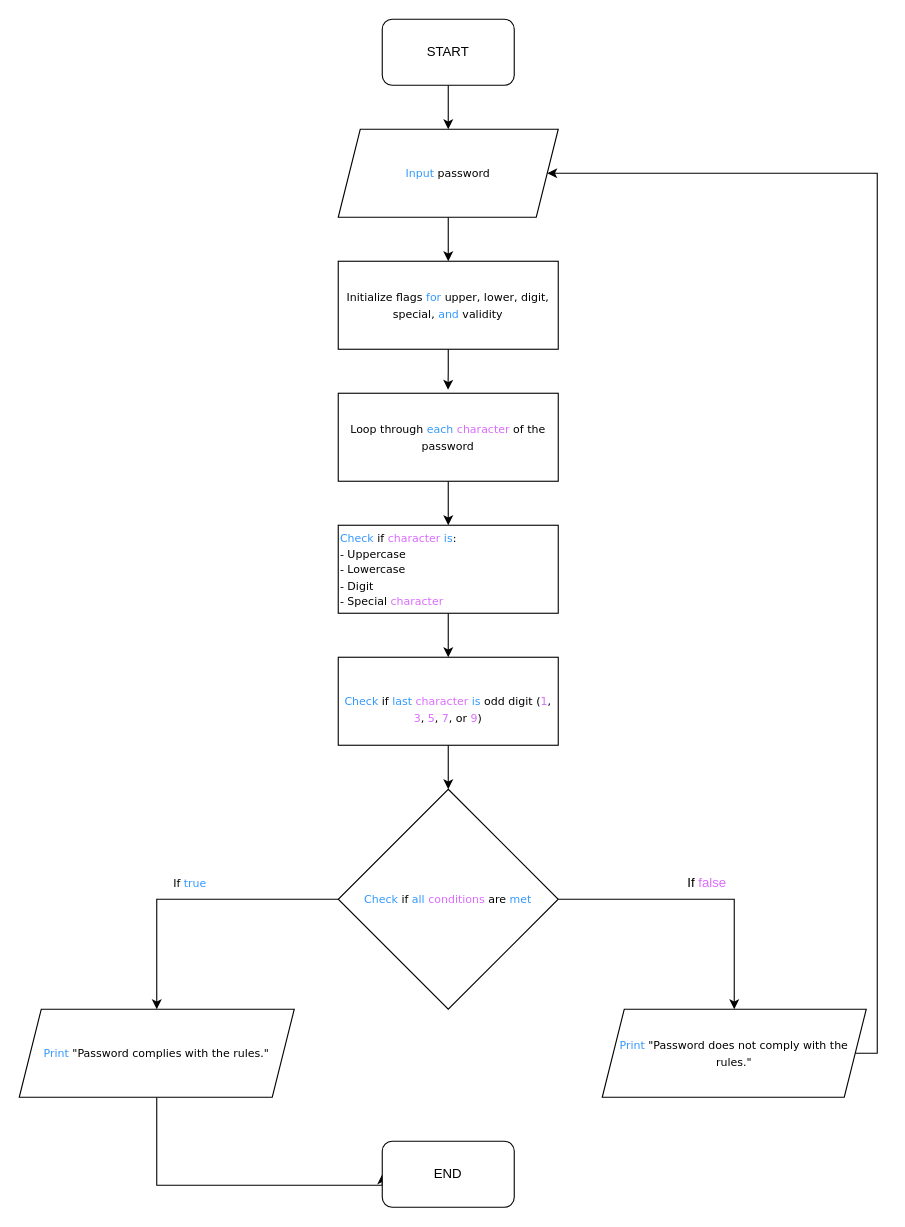
This is Untitled Diagram.drawio from HersRock/Flowcharts, a draw.io file, before an edit. Source tidied: cells renumbered, new cells numbered last; positions are measured from the earlier drawing's top-left corner, leaving out a move shared by most shapes. Both pictures are drawn from the tidied source at 110%, with x=0, y=0 at pixel (19, 19).
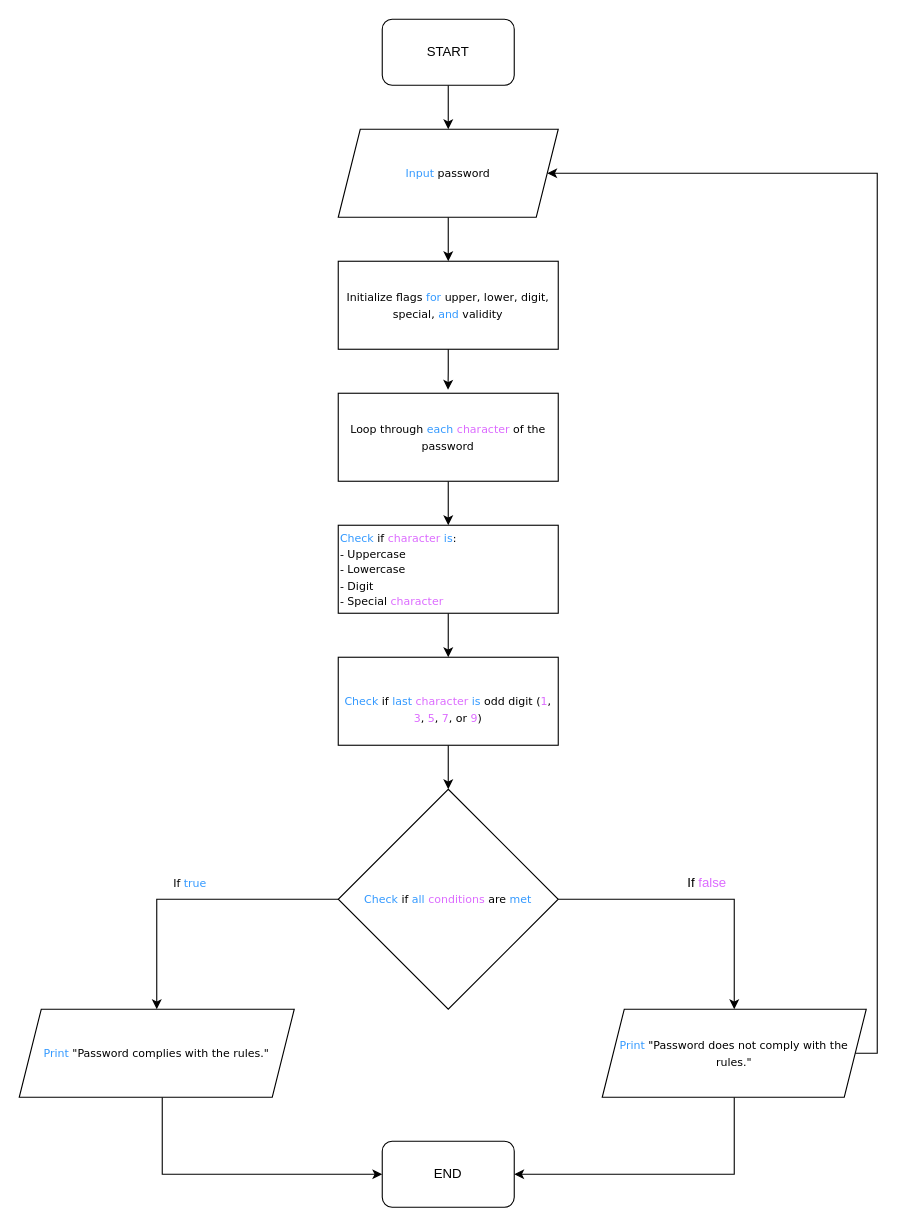
Above is the later version.

The change refers to these unchanged cells:
```xml
<mxCell id="18" value="&lt;font face=&quot;Verdana&quot; style=&quot;font-size: 10px;&quot;&gt;&lt;br&gt;&lt;font style=&quot;&quot; color=&quot;#3399ff&quot;&gt;Print &lt;/font&gt;&quot;Password complies with the rules.&quot;&lt;/font&gt;&lt;div&gt;&lt;br&gt;&lt;/div&gt;" style="shape=parallelogram;perimeter=parallelogramPerimeter;whiteSpace=wrap;html=1;fixedSize=1;" parent="1" vertex="1">
  <mxGeometry y="900" width="250" height="80" as="geometry" />
</mxCell>
<mxCell id="20" value="&lt;font face=&quot;Verdana&quot; style=&quot;font-size: 10px;&quot;&gt;&lt;font color=&quot;#3399ff&quot;&gt;Print &lt;/font&gt;&quot;Password does not comply with the rules.&quot;&lt;/font&gt;" style="shape=parallelogram;perimeter=parallelogramPerimeter;whiteSpace=wrap;html=1;fixedSize=1;" parent="1" vertex="1">
  <mxGeometry x="530" y="900" width="240" height="80" as="geometry" />
</mxCell>
<mxCell id="23" value="END" style="rounded=1;whiteSpace=wrap;html=1;" parent="1" vertex="1">
  <mxGeometry x="330" y="1020" width="120" height="60" as="geometry" />
</mxCell>
```

Diff of the diagram source:
```diff
@@
     <mxCell id="17" style="edgeStyle=orthogonalEdgeStyle;rounded=0;jettySize=auto;html=1;entryX=0;entryY=0.5;entryDx=0;entryDy=0;" parent="1" edge="1" source="18" target="23">
       <mxGeometry relative="1" as="geometry">
         <Array as="points">
-          <mxPoint x="125" y="1060" />
+          <mxPoint x="130" y="1050" />
         </Array>
       </mxGeometry>
     </mxCell>
@@
+    <mxCell id="24" style="edgeStyle=orthogonalEdgeStyle;rounded=0;jettySize=auto;html=1;entryX=1;entryY=0.5;entryDx=0;entryDy=0;" parent="1" edge="1" source="20" target="23">
+      <mxGeometry relative="1" as="geometry">
+        <Array as="points">
+          <mxPoint x="650" y="1050" />
+        </Array>
+      </mxGeometry>
+    </mxCell>
```
